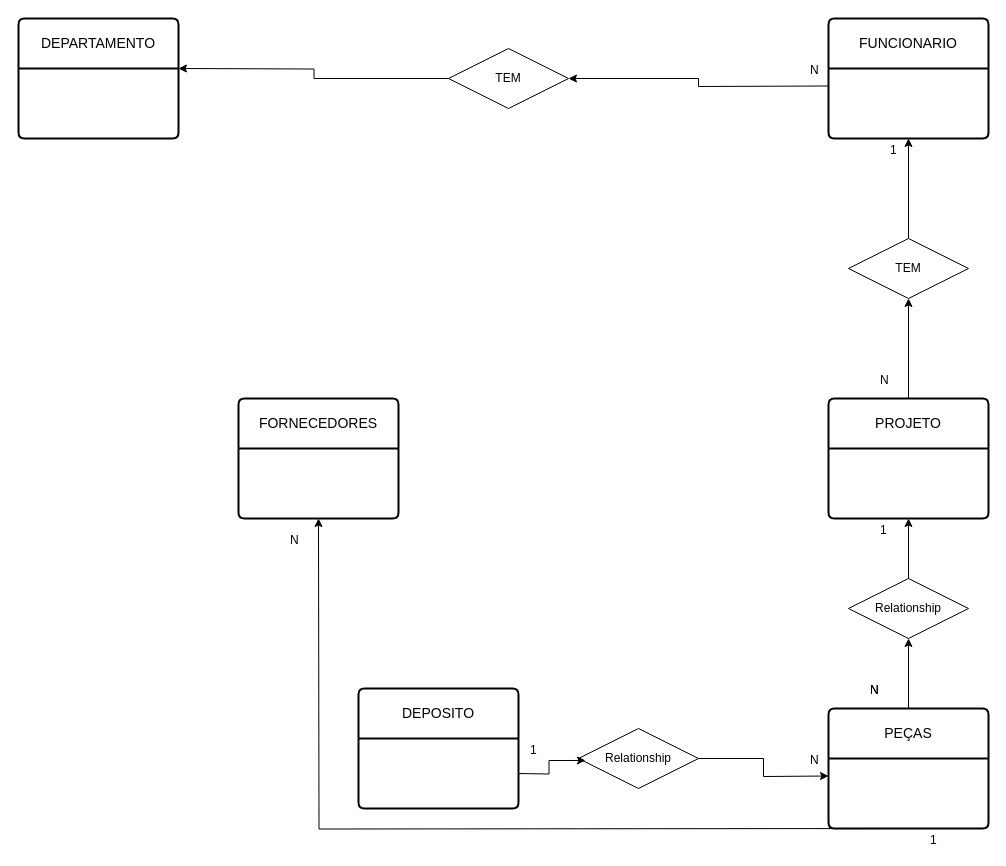
GusFrig/question keeps this draw.io diagram as DEPARTAMENTO.drawio. Above is the earlier version. Source tidied: cells renumbered, new cells numbered last; positions are measured from the earlier drawing's top-left corner, leaving out a move shared by most shapes. Both pictures are drawn from the tidied source at 100%, with x=0, y=0 at pixel (18, 18).
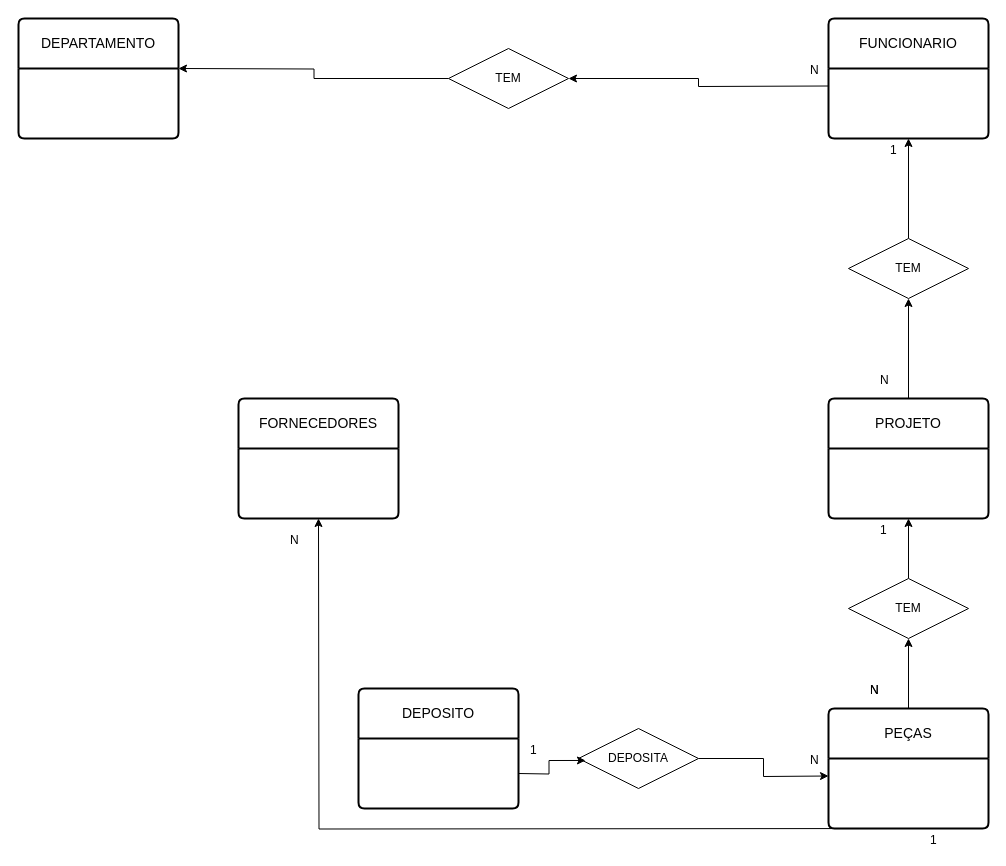
After the change.

Diff of the diagram source:
```diff
@@
-    <mxCell id="11" value="Relationship" style="shape=rhombus;perimeter=rhombusPerimeter;whiteSpace=wrap;html=1;align=center;" parent="1" vertex="1">
+    <mxCell id="11" value="DEPOSITA" style="shape=rhombus;perimeter=rhombusPerimeter;whiteSpace=wrap;html=1;align=center;" parent="1" vertex="1">
       <mxGeometry x="560" y="710" width="120" height="60" as="geometry" />
     </mxCell>
@@
-    <mxCell id="13" value="Relationship" style="shape=rhombus;perimeter=rhombusPerimeter;whiteSpace=wrap;html=1;align=center;" parent="1" vertex="1">
+    <mxCell id="13" value="TEM" style="shape=rhombus;perimeter=rhombusPerimeter;whiteSpace=wrap;html=1;align=center;" parent="1" vertex="1">
       <mxGeometry x="830" y="560" width="120" height="60" as="geometry" />
     </mxCell>
```
